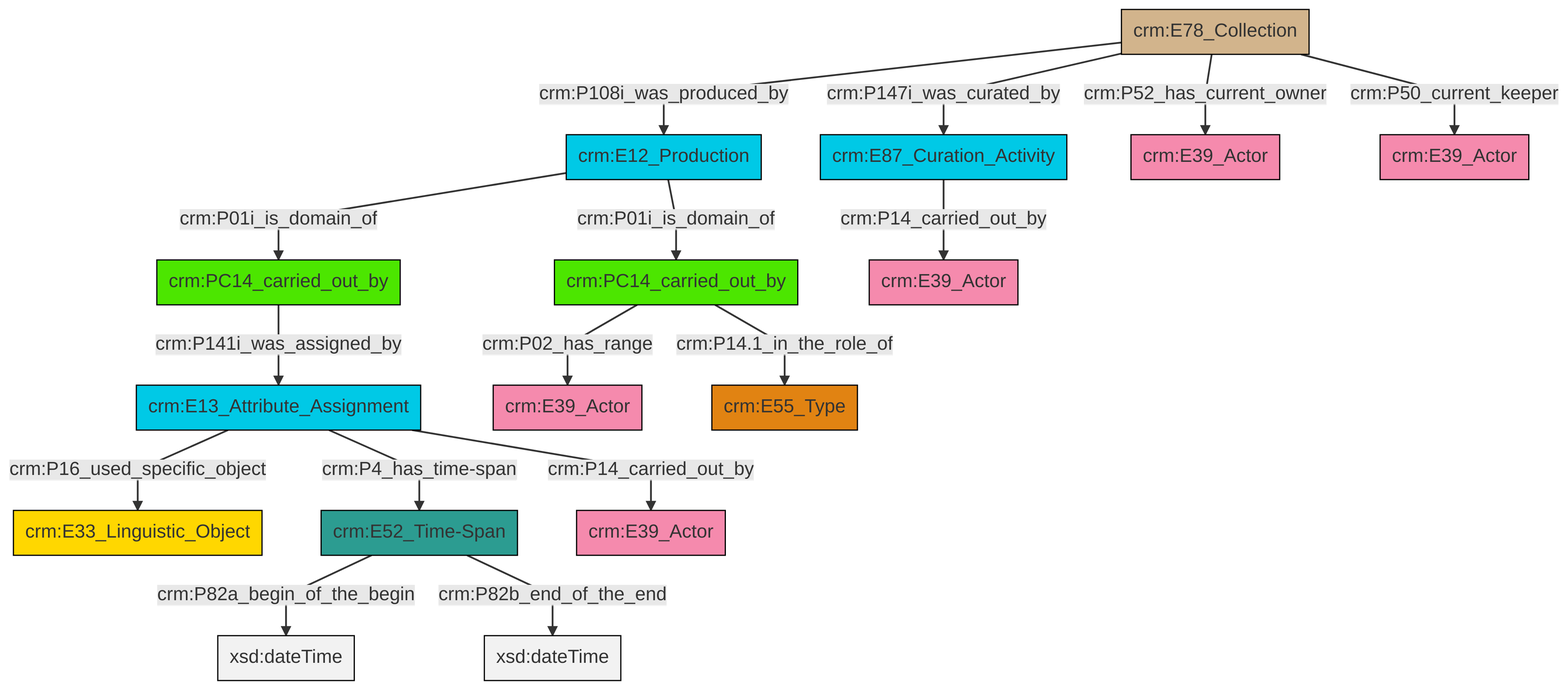
The Mermaid diagram et/archivalCSV/ttl/mmd/png/archival_relation.png in swiss-art-research-net/docs.swissartresearch, before a commit. Its source is kept beside it as et/archivalCSV/ttl/mmd/archival_relation.ttl.mmd.
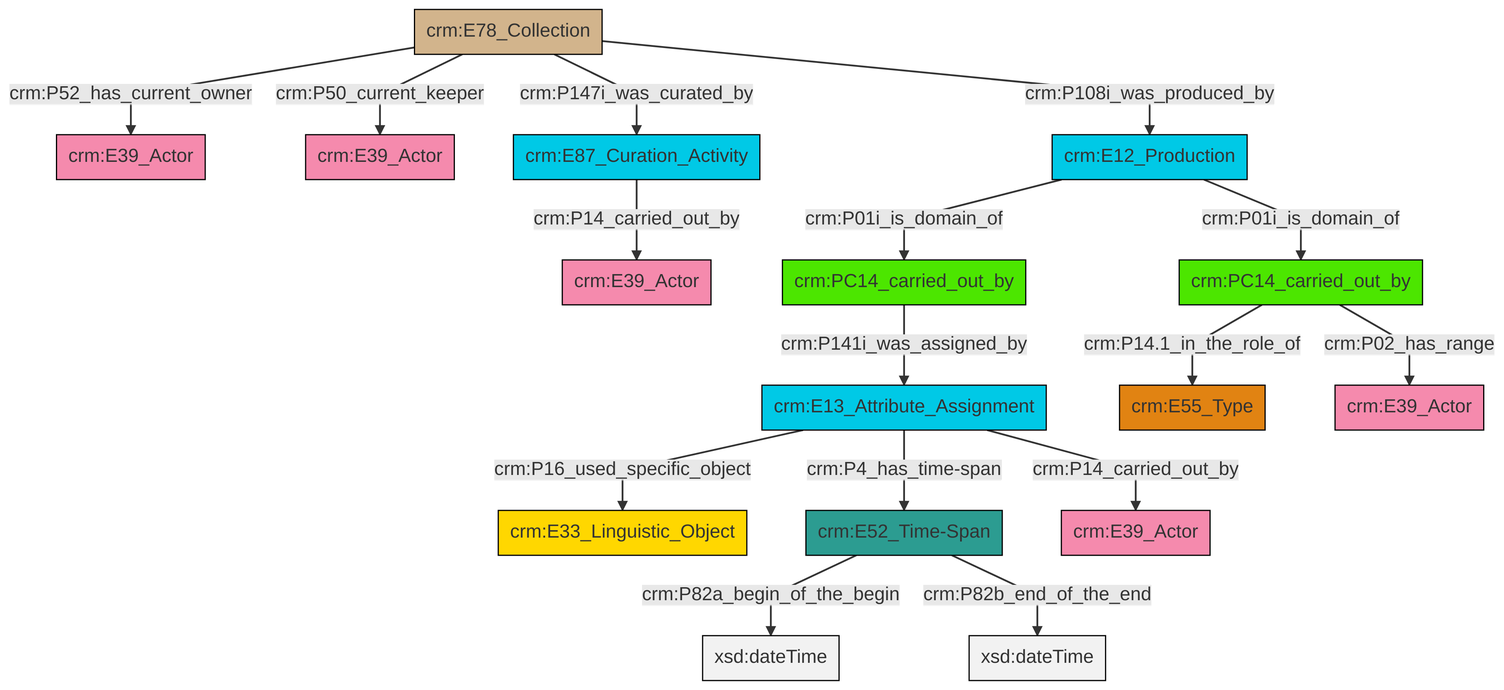
After the change.

Diff of the diagram source:
```diff
@@ -13,18 +13,18 @@
 classDef PC_Classes fill:#4ce600, stroke:#000000;
 classDef Multi fill:#cccccc,stroke:#000000;
 
-0["crm:E13_Attribute_Assignment"]:::Temporal_Entity -->|crm:P16_used_specific_object| 1["crm:E33_Linguistic_Object"]:::Conceptual_Object
-2["crm:PC14_carried_out_by"]:::PC_Classes -->|crm:P141i_was_assigned_by| 0["crm:E13_Attribute_Assignment"]:::Temporal_Entity
-3["crm:E12_Production"]:::Temporal_Entity -->|crm:P01i_is_domain_of| 7["crm:PC14_carried_out_by"]:::PC_Classes
-0["crm:E13_Attribute_Assignment"]:::Temporal_Entity -->|crm:P4_has_time-span| 8["crm:E52_Time-Span"]:::Time-Span
-3["crm:E12_Production"]:::Temporal_Entity -->|crm:P01i_is_domain_of| 2["crm:PC14_carried_out_by"]:::PC_Classes
-9["crm:E78_Collection"]:::Physical_Thing -->|crm:P52_has_current_owner| 10["crm:E39_Actor"]:::Actor
-5["crm:E87_Curation_Activity"]:::Temporal_Entity -->|crm:P14_carried_out_by| 14["crm:E39_Actor"]:::Actor
-8["crm:E52_Time-Span"]:::Time-Span -->|crm:P82a_begin_of_the_begin| 15[xsd:dateTime]:::Literal
-7["crm:PC14_carried_out_by"]:::PC_Classes -->|crm:P02_has_range| 20["crm:E39_Actor"]:::Actor
-9["crm:E78_Collection"]:::Physical_Thing -->|crm:P50_current_keeper| 24["crm:E39_Actor"]:::Actor
-9["crm:E78_Collection"]:::Physical_Thing -->|crm:P147i_was_curated_by| 5["crm:E87_Curation_Activity"]:::Temporal_Entity
-7["crm:PC14_carried_out_by"]:::PC_Classes -->|crm:P14.1_in_the_role_of| 27["crm:E55_Type"]:::Type
-9["crm:E78_Collection"]:::Physical_Thing -->|crm:P108i_was_produced_by| 3["crm:E12_Production"]:::Temporal_Entity
-8["crm:E52_Time-Span"]:::Time-Span -->|crm:P82b_end_of_the_end| 29[xsd:dateTime]:::Literal
-0["crm:E13_Attribute_Assignment"]:::Temporal_Entity -->|crm:P14_carried_out_by| 11["crm:E39_Actor"]:::Actor
+6["crm:E78_Collection"]:::Physical_Thing -->|crm:P52_has_current_owner| 7["crm:E39_Actor"]:::Actor
+8["crm:E52_Time-Span"]:::Time-Span -->|crm:P82a_begin_of_the_begin| 9[xsd:dateTime]:::Literal
+2["crm:PC14_carried_out_by"]:::PC_Classes -->|crm:P141i_was_assigned_by| 10["crm:E13_Attribute_Assignment"]:::Temporal_Entity
+6["crm:E78_Collection"]:::Physical_Thing -->|crm:P50_current_keeper| 14["crm:E39_Actor"]:::Actor
+6["crm:E78_Collection"]:::Physical_Thing -->|crm:P147i_was_curated_by| 15["crm:E87_Curation_Activity"]:::Temporal_Entity
+10["crm:E13_Attribute_Assignment"]:::Temporal_Entity -->|crm:P16_used_specific_object| 16["crm:E33_Linguistic_Object"]:::Conceptual_Object
+10["crm:E13_Attribute_Assignment"]:::Temporal_Entity -->|crm:P4_has_time-span| 8["crm:E52_Time-Span"]:::Time-Span
+8["crm:E52_Time-Span"]:::Time-Span -->|crm:P82b_end_of_the_end| 20[xsd:dateTime]:::Literal
+6["crm:E78_Collection"]:::Physical_Thing -->|crm:P108i_was_produced_by| 4["crm:E12_Production"]:::Temporal_Entity
+10["crm:E13_Attribute_Assignment"]:::Temporal_Entity -->|crm:P14_carried_out_by| 0["crm:E39_Actor"]:::Actor
+4["crm:E12_Production"]:::Temporal_Entity -->|crm:P01i_is_domain_of| 2["crm:PC14_carried_out_by"]:::PC_Classes
+15["crm:E87_Curation_Activity"]:::Temporal_Entity -->|crm:P14_carried_out_by| 18["crm:E39_Actor"]:::Actor
+4["crm:E12_Production"]:::Temporal_Entity -->|crm:P01i_is_domain_of| 21["crm:PC14_carried_out_by"]:::PC_Classes
+21["crm:PC14_carried_out_by"]:::PC_Classes -->|crm:P14.1_in_the_role_of| 27["crm:E55_Type"]:::Type
+21["crm:PC14_carried_out_by"]:::PC_Classes -->|crm:P02_has_range| 11["crm:E39_Actor"]:::Actor
```
